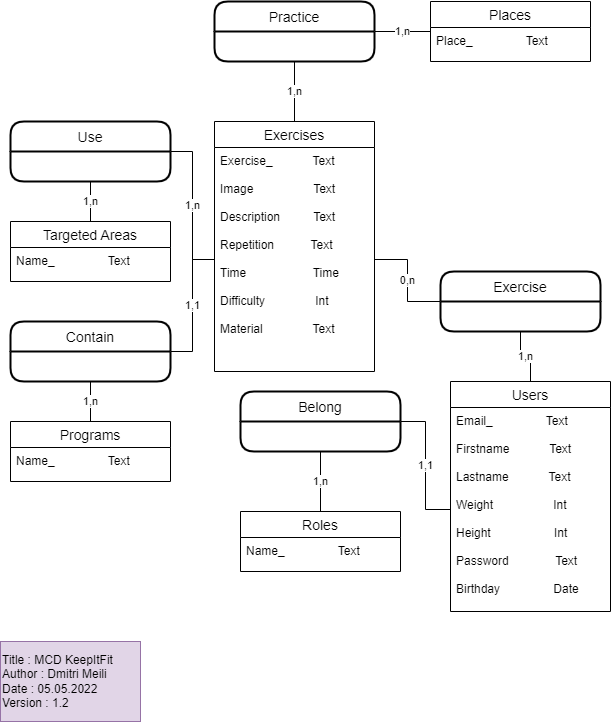
Before: Doc/MCD-MLD/MCD.png, a diagram exported from draw.io (dmitrimeili/KeepItFit). Source tidied: cells renumbered, new cells last; positions are measured from the earlier drawing's top-left corner, leaving out a move shared by most shapes.
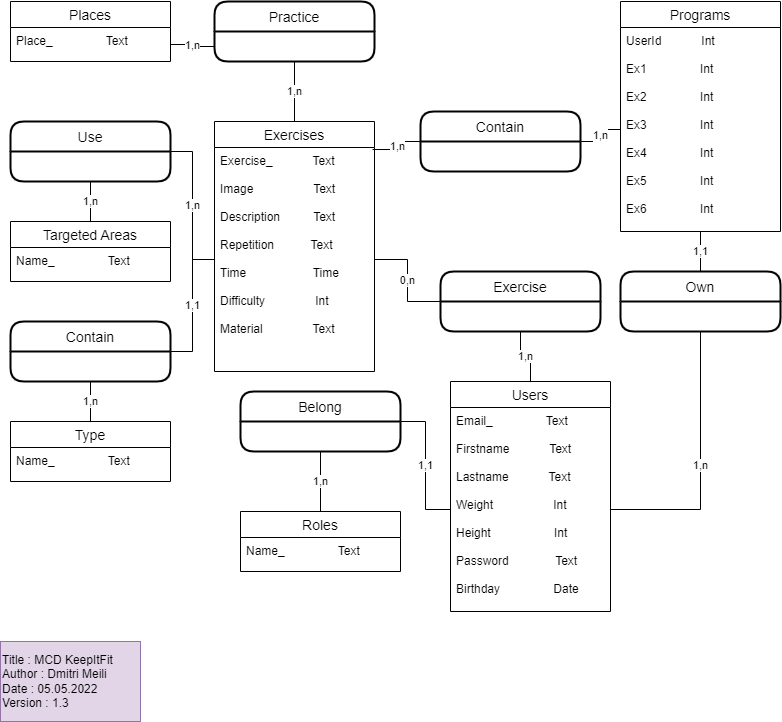
After the change.

Commit message:
create mockups % update mcd add programs table

What changed in the source:
```diff
@@ -27,7 +27,7 @@
       <mxGeometry y="26" width="160" height="34" as="geometry" />
     </mxCell>
     <mxCell id="10" value="Places" style="swimlane;fontStyle=0;horizontal=1;startSize=26;align=center;fontSize=14;" parent="1" vertex="1">
-      <mxGeometry x="430" width="160" height="60" as="geometry" />
+      <mxGeometry x="10" width="160" height="60" as="geometry" />
     </mxCell>
     <mxCell id="11" value="Place_                Text" style="text;strokeColor=none;fillColor=none;spacingLeft=4;spacingRight=4;overflow=hidden;points=[[0,0.5],[1,0.5]];portConstraint=eastwest;fontSize=12;" parent="10" vertex="1">
       <mxGeometry y="26" width="160" height="34" as="geometry" />
@@ -47,9 +47,6 @@
     <mxCell id="16" value="Exercise" style="swimlane;horizontal=1;startSize=30;rounded=1;fontSize=14;fontStyle=0;strokeWidth=2;shadow=0;dashed=0;align=center;" parent="1" vertex="1">
       <mxGeometry x="440" y="270" width="160" height="60" as="geometry" />
     </mxCell>
-    <mxCell id="17" value="1,n" style="edgeStyle=orthogonalEdgeStyle;rounded=0;jettySize=auto;html=1;exitX=1;exitY=0.5;exitDx=0;exitDy=0;entryX=0;entryY=0.5;entryDx=0;entryDy=0;endArrow=none;endFill=0;" parent="1" edge="1" source="18" target="10">
-      <mxGeometry relative="1" as="geometry" />
-    </mxCell>
     <mxCell id="18" value="Practice" style="swimlane;horizontal=1;startSize=30;rounded=1;fontSize=14;fontStyle=0;strokeWidth=2;shadow=0;dashed=0;align=center;" parent="1" vertex="1">
       <mxGeometry x="214" width="160" height="60" as="geometry" />
     </mxCell>
@@ -77,14 +74,41 @@
     <mxCell id="26" value="1,n" style="edgeStyle=orthogonalEdgeStyle;rounded=0;jettySize=auto;html=1;exitX=0.5;exitY=0;exitDx=0;exitDy=0;entryX=0.5;entryY=1;entryDx=0;entryDy=0;endArrow=none;endFill=0;" parent="1" edge="1" source="27" target="25">
       <mxGeometry relative="1" as="geometry" />
     </mxCell>
-    <mxCell id="27" value="Programs" style="swimlane;fontStyle=0;horizontal=1;startSize=26;align=center;fontSize=14;" parent="1" vertex="1">
+    <mxCell id="27" value="Type" style="swimlane;fontStyle=0;horizontal=1;startSize=26;align=center;fontSize=14;" parent="1" vertex="1">
       <mxGeometry x="10" y="420" width="160" height="60" as="geometry" />
     </mxCell>
     <mxCell id="28" value="Name_                Text" style="text;strokeColor=none;fillColor=none;spacingLeft=4;spacingRight=4;overflow=hidden;fontSize=12;" parent="27" vertex="1">
       <mxGeometry y="26" width="160" height="34" as="geometry" />
     </mxCell>
-    <mxCell id="29" value="Title : MCD KeepItFit&lt;br&gt;Author : Dmitri Meili&lt;br&gt;Date : 05.05.2022&lt;br&gt;Version : 1.2" style="rounded=0;whiteSpace=wrap;html=1;fillColor=#e1d5e7;strokeColor=#9673a6;align=left;" parent="1" vertex="1">
+    <mxCell id="29" value="Title : MCD KeepItFit&lt;br&gt;Author : Dmitri Meili&lt;br&gt;Date : 05.05.2022&lt;br&gt;Version : 1.3" style="rounded=0;whiteSpace=wrap;html=1;fillColor=#e1d5e7;strokeColor=#9673a6;align=left;" parent="1" vertex="1">
       <mxGeometry y="640" width="140" height="80" as="geometry" />
     </mxCell>
+    <mxCell id="30" value="Programs" style="swimlane;fontStyle=0;horizontal=1;startSize=26;align=center;fontSize=14;" parent="1" vertex="1">
+      <mxGeometry x="620" width="160" height="230" as="geometry" />
+    </mxCell>
+    <mxCell id="31" value="UserId            Int&#10;&#10;Ex1                Int&#10;&#10;Ex2                Int&#10;&#10;Ex3                Int&#10;&#10;Ex4                Int&#10;&#10;Ex5                Int&#10;&#10;Ex6                Int&#10;" style="text;strokeColor=none;fillColor=none;spacingLeft=4;spacingRight=4;overflow=hidden;points=[[0,0.5],[1,0.5]];portConstraint=eastwest;fontSize=12;" parent="30" vertex="1">
+      <mxGeometry y="26" width="160" height="204" as="geometry" />
+    </mxCell>
+    <mxCell id="32" value="1,n" style="edgeStyle=orthogonalEdgeStyle;rounded=0;jettySize=auto;html=1;exitX=1;exitY=0.5;exitDx=0;exitDy=0;entryX=0;entryY=0.75;entryDx=0;entryDy=0;endArrow=none;endFill=0;" parent="1" edge="1" source="11" target="18">
+      <mxGeometry relative="1" as="geometry" />
+    </mxCell>
+    <mxCell id="33" value="1,1" style="edgeStyle=orthogonalEdgeStyle;rounded=0;jettySize=auto;html=1;exitX=0.5;exitY=0;exitDx=0;exitDy=0;entryX=0.5;entryY=1;entryDx=0;entryDy=0;entryPerimeter=0;endArrow=none;endFill=0;" parent="1" edge="1" source="34" target="31">
+      <mxGeometry relative="1" as="geometry" />
+    </mxCell>
+    <mxCell id="34" value="Own" style="swimlane;horizontal=1;startSize=30;rounded=1;fontSize=14;fontStyle=0;strokeWidth=2;shadow=0;dashed=0;align=center;" parent="1" vertex="1">
+      <mxGeometry x="620" y="270" width="160" height="60" as="geometry" />
+    </mxCell>
+    <mxCell id="35" value="1,n" style="edgeStyle=orthogonalEdgeStyle;rounded=0;jettySize=auto;html=1;exitX=1;exitY=0.5;exitDx=0;exitDy=0;entryX=0.5;entryY=1;entryDx=0;entryDy=0;endArrow=none;endFill=0;" parent="1" edge="1" source="4" target="34">
+      <mxGeometry relative="1" as="geometry" />
+    </mxCell>
+    <mxCell id="36" value="1,n" style="edgeStyle=orthogonalEdgeStyle;rounded=0;jettySize=auto;html=1;exitX=0;exitY=0.5;exitDx=0;exitDy=0;entryX=0.988;entryY=0.009;entryDx=0;entryDy=0;entryPerimeter=0;endArrow=none;endFill=0;" parent="1" edge="1" source="37" target="14">
+      <mxGeometry relative="1" as="geometry" />
+    </mxCell>
+    <mxCell id="17" value="1,n" style="edgeStyle=orthogonalEdgeStyle;rounded=0;jettySize=auto;html=1;exitX=1;exitY=0.5;exitDx=0;exitDy=0;entryX=0;entryY=0.5;entryDx=0;entryDy=0;endArrow=none;endFill=0;" parent="1" edge="1" source="37" target="31">
+      <mxGeometry relative="1" as="geometry" />
+    </mxCell>
+    <mxCell id="37" value="Contain" style="swimlane;horizontal=1;startSize=30;rounded=1;fontSize=14;fontStyle=0;strokeWidth=2;shadow=0;dashed=0;align=center;" parent="1" vertex="1">
+      <mxGeometry x="420" y="110" width="160" height="60" as="geometry" />
+    </mxCell>
   </root>
 </mxGraphModel>
```
